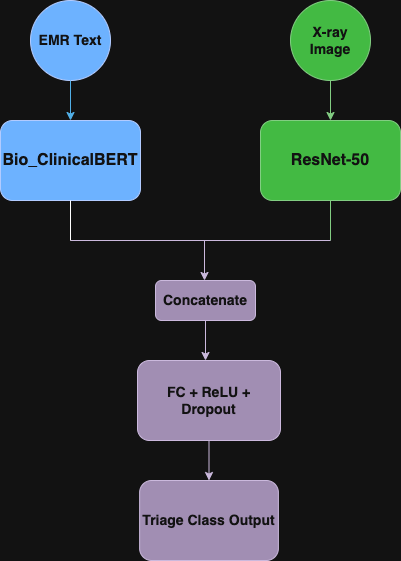
Earlier version of the draw.io export assets/model_diagram.png (PreethamRavula/MediLLM). Source tidied: cells renumbered, new cells last; positions are measured from the earlier drawing's top-left corner, leaving out a move shared by most shapes. The source it was exported from:
```xml
<mxGraphModel>
  <root>
    <mxCell id="0" />
    <mxCell id="1" parent="0" />
    <mxCell id="2" value="&lt;font style=&quot;font-size: 16px;&quot;&gt;&lt;b&gt;Bio_ClinicalBERT&lt;/b&gt;&lt;/font&gt;" style="rounded=1;whiteSpace=wrap;html=1;fillColor=#0050ef;fontColor=#ffffff;strokeColor=#001DBC;fontSize=14;" parent="1" vertex="1">
      <mxGeometry y="120" width="140" height="80" as="geometry" />
    </mxCell>
    <mxCell id="3" value="&lt;font style=&quot;font-size: 14px;&quot;&gt;&lt;b&gt;EMR Text&lt;/b&gt;&lt;/font&gt;" style="ellipse;whiteSpace=wrap;html=1;fillColor=#0050ef;fontColor=#ffffff;strokeColor=#001DBC;gradientColor=none;" parent="1" vertex="1">
      <mxGeometry x="30" width="80" height="80" as="geometry" />
    </mxCell>
    <mxCell id="4" value="&lt;font style=&quot;font-size: 16px;&quot;&gt;&lt;b&gt;ResNet-50&lt;/b&gt;&lt;/font&gt;" style="rounded=1;whiteSpace=wrap;html=1;fillColor=#008a00;fontColor=#ffffff;strokeColor=#005700;fontSize=14;" parent="1" vertex="1">
      <mxGeometry x="260" y="120" width="140" height="80" as="geometry" />
    </mxCell>
    <mxCell id="5" value="&lt;font&gt;&lt;b&gt;X-ray Image&lt;/b&gt;&lt;/font&gt;" style="ellipse;whiteSpace=wrap;html=1;fillColor=#008a00;fontColor=#ffffff;strokeColor=#005700;shadow=0;fontSize=14;" parent="1" vertex="1">
      <mxGeometry x="290" width="80" height="80" as="geometry" />
    </mxCell>
    <mxCell id="6" value="&lt;font style=&quot;font-size: 14px;&quot;&gt;&lt;b&gt;Concatenate&lt;/b&gt;&lt;/font&gt;" style="rounded=1;whiteSpace=wrap;html=1;fillColor=#76608a;strokeColor=#432D57;fontColor=#ffffff;" parent="1" vertex="1">
      <mxGeometry x="155" y="280" width="100" height="40" as="geometry" />
    </mxCell>
    <mxCell id="7" value="&lt;font style=&quot;font-size: 14px;&quot;&gt;&lt;b&gt;FC + ReLU + Dropout&lt;/b&gt;&lt;/font&gt;" style="rounded=1;whiteSpace=wrap;html=1;fillColor=#76608a;fontColor=#ffffff;strokeColor=#432D57;" parent="1" vertex="1">
      <mxGeometry x="137" y="360" width="143" height="80" as="geometry" />
    </mxCell>
    <mxCell id="8" value="&lt;font style=&quot;font-size: 14px;&quot;&gt;&lt;b&gt;Triage Class Output&lt;/b&gt;&lt;/font&gt;" style="rounded=1;whiteSpace=wrap;html=1;fillColor=#76608a;fontColor=#ffffff;strokeColor=#432D57;" parent="1" vertex="1">
      <mxGeometry x="139.1" y="480" width="138.8" height="80" as="geometry" />
    </mxCell>
    <mxCell id="9" style="endArrow=classic;html=1;rounded=0;exitX=0.5;exitY=1;exitDx=0;exitDy=0;entryX=0.5;entryY=0;entryDx=0;entryDy=0;fillColor=#1ba1e2;strokeColor=#006EAF;" parent="1" edge="1" source="3" target="2">
      <mxGeometry relative="1" as="geometry" />
    </mxCell>
    <mxCell id="10" style="endArrow=classic;html=1;rounded=0;exitX=0.5;exitY=1;exitDx=0;exitDy=0;entryX=0.5;entryY=0;entryDx=0;entryDy=0;fillColor=#008a00;strokeColor=#005700;" parent="1" edge="1" source="5" target="4">
      <mxGeometry relative="1" as="geometry" />
    </mxCell>
    <mxCell id="11" style="endArrow=none;html=1;rounded=0;exitX=0.5;exitY=1;exitDx=0;exitDy=0;fillColor=#008a00;strokeColor=#005700;" parent="1" edge="1" source="4">
      <mxGeometry relative="1" as="geometry">
        <mxPoint x="330" y="240" as="targetPoint" />
      </mxGeometry>
    </mxCell>
    <mxCell id="12" style="endArrow=none;html=1;rounded=0;fillColor=#76608a;strokeColor=#432D57;" parent="1" edge="1">
      <mxGeometry relative="1" as="geometry">
        <mxPoint x="70" y="240" as="sourcePoint" />
        <mxPoint x="330" y="240" as="targetPoint" />
      </mxGeometry>
    </mxCell>
    <mxCell id="13" style="endArrow=classic;html=1;rounded=0;fillColor=#76608a;strokeColor=#432D57;" parent="1" edge="1">
      <mxGeometry relative="1" as="geometry">
        <mxPoint x="204" y="240" as="sourcePoint" />
        <mxPoint x="204" y="280" as="targetPoint" />
      </mxGeometry>
    </mxCell>
    <mxCell id="14" style="endArrow=classic;html=1;rounded=0;fillColor=#76608a;strokeColor=#432D57;exitX=0.5;exitY=1;exitDx=0;exitDy=0;" parent="1" edge="1" source="6">
      <mxGeometry relative="1" as="geometry">
        <mxPoint x="205" y="360" as="targetPoint" />
      </mxGeometry>
    </mxCell>
    <mxCell id="15" style="endArrow=classic;html=1;rounded=0;fillColor=#76608a;strokeColor=#432D57;exitX=0.5;exitY=1;exitDx=0;exitDy=0;entryX=0.5;entryY=0;entryDx=0;entryDy=0;" parent="1" edge="1" source="7" target="8">
      <mxGeometry relative="1" as="geometry" />
    </mxCell>
    <mxCell id="16" style="endArrow=none;html=1;rounded=0;entryX=0.5;entryY=1;entryDx=0;entryDy=0;" parent="1" edge="1" target="2">
      <mxGeometry relative="1" as="geometry">
        <mxPoint x="70" y="240" as="sourcePoint" />
      </mxGeometry>
    </mxCell>
  </root>
</mxGraphModel>
```
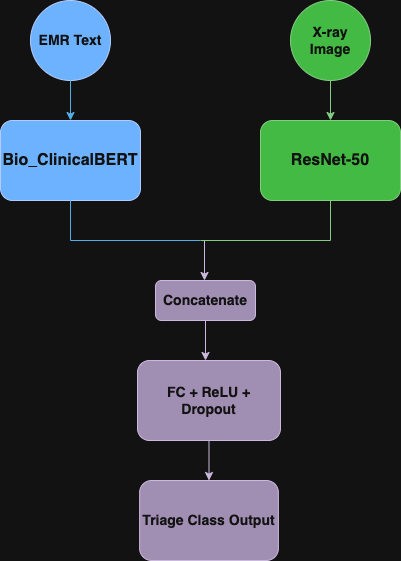
Later version of the same file.

Commit message:
changed model architecture picture

What changed in the source:
```diff
@@ -34,12 +34,6 @@
         <mxPoint x="330" y="240" as="targetPoint" />
       </mxGeometry>
     </mxCell>
-    <mxCell id="12" style="endArrow=none;html=1;rounded=0;fillColor=#76608a;strokeColor=#432D57;" parent="1" edge="1">
-      <mxGeometry relative="1" as="geometry">
-        <mxPoint x="70" y="240" as="sourcePoint" />
-        <mxPoint x="330" y="240" as="targetPoint" />
-      </mxGeometry>
-    </mxCell>
     <mxCell id="13" style="endArrow=classic;html=1;rounded=0;fillColor=#76608a;strokeColor=#432D57;" parent="1" edge="1">
       <mxGeometry relative="1" as="geometry">
         <mxPoint x="204" y="240" as="sourcePoint" />
@@ -54,10 +48,22 @@
     <mxCell id="15" style="endArrow=classic;html=1;rounded=0;fillColor=#76608a;strokeColor=#432D57;exitX=0.5;exitY=1;exitDx=0;exitDy=0;entryX=0.5;entryY=0;entryDx=0;entryDy=0;" parent="1" edge="1" source="7" target="8">
       <mxGeometry relative="1" as="geometry" />
     </mxCell>
-    <mxCell id="16" style="endArrow=none;html=1;rounded=0;entryX=0.5;entryY=1;entryDx=0;entryDy=0;" parent="1" edge="1" target="2">
+    <mxCell id="16" style="endArrow=none;html=1;rounded=0;entryX=0.5;entryY=1;entryDx=0;entryDy=0;fillColor=#1ba1e2;strokeColor=#006EAF;" parent="1" edge="1" target="2">
       <mxGeometry relative="1" as="geometry">
         <mxPoint x="70" y="240" as="sourcePoint" />
       </mxGeometry>
     </mxCell>
+    <mxCell id="17" style="endArrow=none;html=1;rounded=0;fillColor=#1ba1e2;strokeColor=#006EAF;" parent="1" edge="1">
+      <mxGeometry relative="1" as="geometry">
+        <mxPoint x="70" y="240" as="sourcePoint" />
+        <mxPoint x="200" y="240" as="targetPoint" />
+      </mxGeometry>
+    </mxCell>
+    <mxCell id="18" style="endArrow=none;html=1;rounded=0;fillColor=#008a00;strokeColor=#005700;" parent="1" edge="1">
+      <mxGeometry relative="1" as="geometry">
+        <mxPoint x="330" y="240" as="sourcePoint" />
+        <mxPoint x="200" y="240" as="targetPoint" />
+      </mxGeometry>
+    </mxCell>
   </root>
 </mxGraphModel>
```
